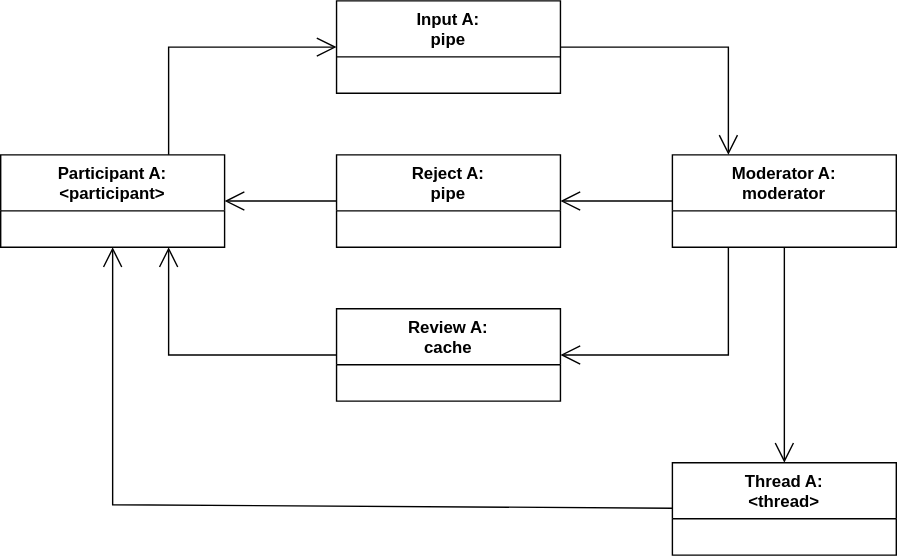
Earlier version of the draw.io export doc/moderated_speech.svg (vitalii-samoilenko/ai-chat-bot). Source tidied: cells renumbered, new cells last; positions are measured from the earlier drawing's top-left corner, leaving out a move shared by most shapes.
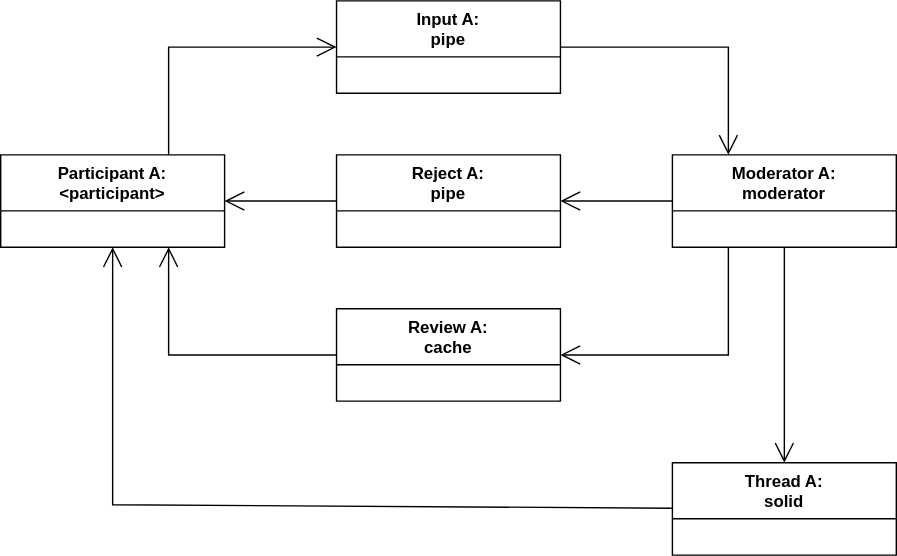
The same file after the commit.

What changed in the source:
```diff
@@ -25,7 +25,7 @@
         </Array>
       </mxGeometry>
     </mxCell>
-    <mxCell id="7" value="Thread A:&lt;div&gt;&amp;lt;thread&amp;gt;&lt;/div&gt;" style="swimlane;fontStyle=1;align=center;verticalAlign=top;horizontal=1;startSize=40;whiteSpace=wrap;html=1;" parent="1" vertex="1">
+    <mxCell id="7" value="Thread A:&lt;div&gt;solid&lt;/div&gt;" style="swimlane;fontStyle=1;align=center;verticalAlign=top;horizontal=1;startSize=40;whiteSpace=wrap;html=1;" parent="1" vertex="1">
       <mxGeometry x="480" y="330" width="160" height="66" as="geometry" />
     </mxCell>
     <mxCell id="8" value="Reject A:&lt;div&gt;pipe&lt;/div&gt;" style="swimlane;fontStyle=1;align=center;verticalAlign=top;horizontal=1;startSize=40;whiteSpace=wrap;html=1;" parent="1" vertex="1">
```
